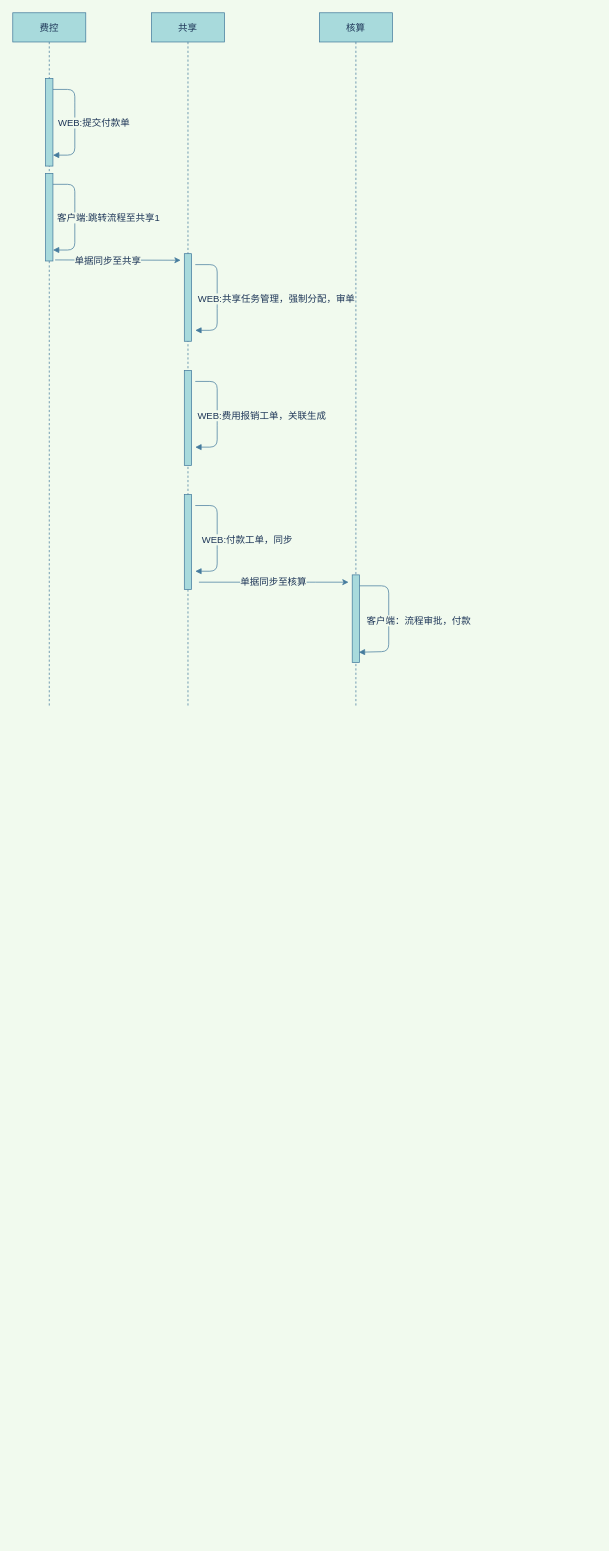
The draw.io diagram rpa-auto-test1.drawio in Alphathur/diagram, before the edit. Source tidied: cells renumbered, new cells numbered last; positions are measured from the earlier drawing's top-left corner, leaving out a move shared by most shapes. Both pictures are drawn from the tidied source at 73%, with x=0, y=0 at pixel (12, 12).
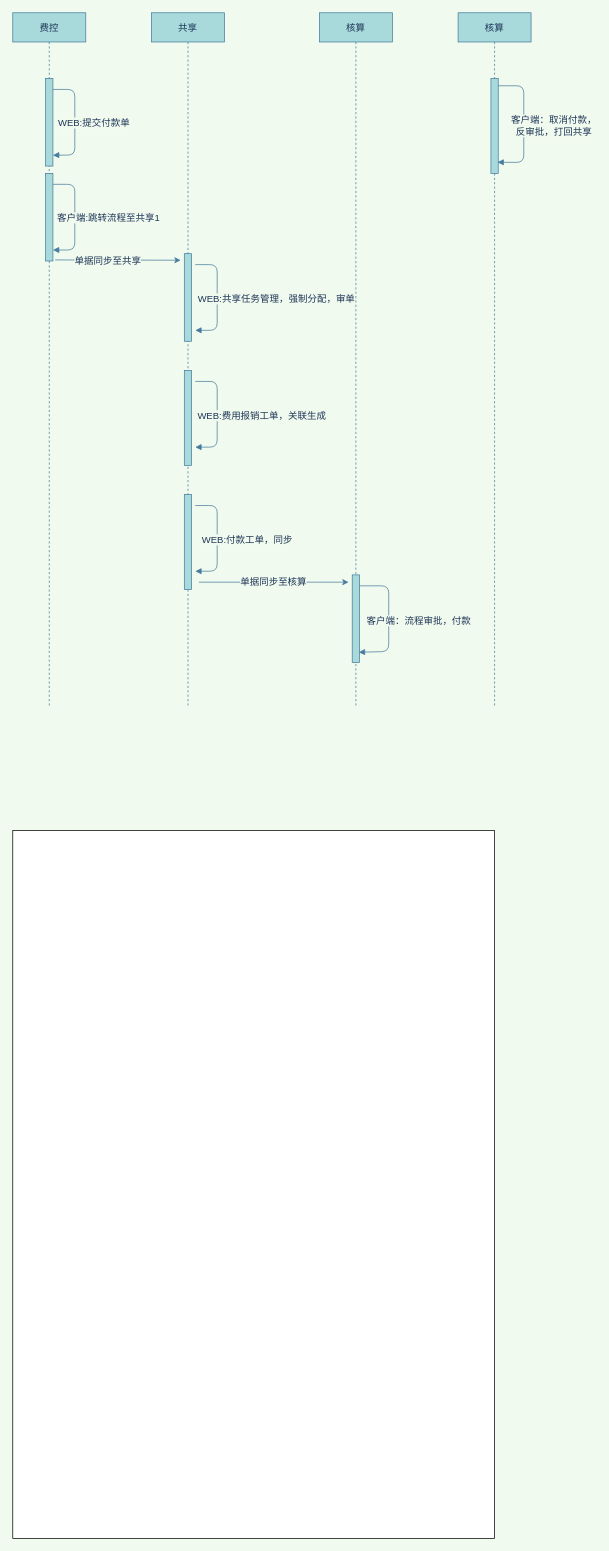
The same page after the edit.

Diff of the diagram source:
```diff
@@
+    <mxCell id="27" style="rounded=0;whiteSpace=wrap;html=1;" parent="1" vertex="1">
+      <mxGeometry y="1120" width="660" height="970" as="geometry" />
+    </mxCell>
@@
+    <mxCell id="28" value="核算" style="shape=umlLifeline;perimeter=lifelinePerimeter;whiteSpace=wrap;html=1;fontSize=13;fillColor=#A8DADC;strokeColor=#457B9D;fontColor=#1D3557;" parent="1" vertex="1">
+      <mxGeometry x="610" width="100" height="950" as="geometry" />
+    </mxCell>
+    <mxCell id="29" style="html=1;points=[];perimeter=orthogonalPerimeter;fontSize=13;fillColor=#A8DADC;strokeColor=#457B9D;fontColor=#1D3557;" parent="1" vertex="1">
+      <mxGeometry x="655" y="90" width="10" height="130" as="geometry" />
+    </mxCell>
+    <mxCell id="30" style="html=1;verticalAlign=bottom;labelBackgroundColor=none;endArrow=block;endFill=1;fontSize=13;strokeColor=#457B9D;fontColor=#1D3557;entryX=0.9;entryY=0.883;entryDx=0;entryDy=0;entryPerimeter=0;" parent="1" edge="1" source="29" target="29">
+      <mxGeometry relative="1" as="geometry">
+        <Array as="points">
+          <mxPoint x="700" y="100" />
+          <mxPoint x="700" y="205" />
+        </Array>
+      </mxGeometry>
+    </mxCell>
+    <mxCell id="31" value="客户端：取消付款，&lt;br&gt;反审批，打回共享" style="edgeLabel;html=1;align=center;verticalAlign=middle;fontSize=13;fontColor=#1D3557;labelBackgroundColor=#F1FAEE;" parent="30" vertex="1">
+      <mxGeometry x="-0.17" y="-1" relative="1" as="geometry">
+        <mxPoint x="41" y="16" as="offset" />
+      </mxGeometry>
+    </mxCell>
```
